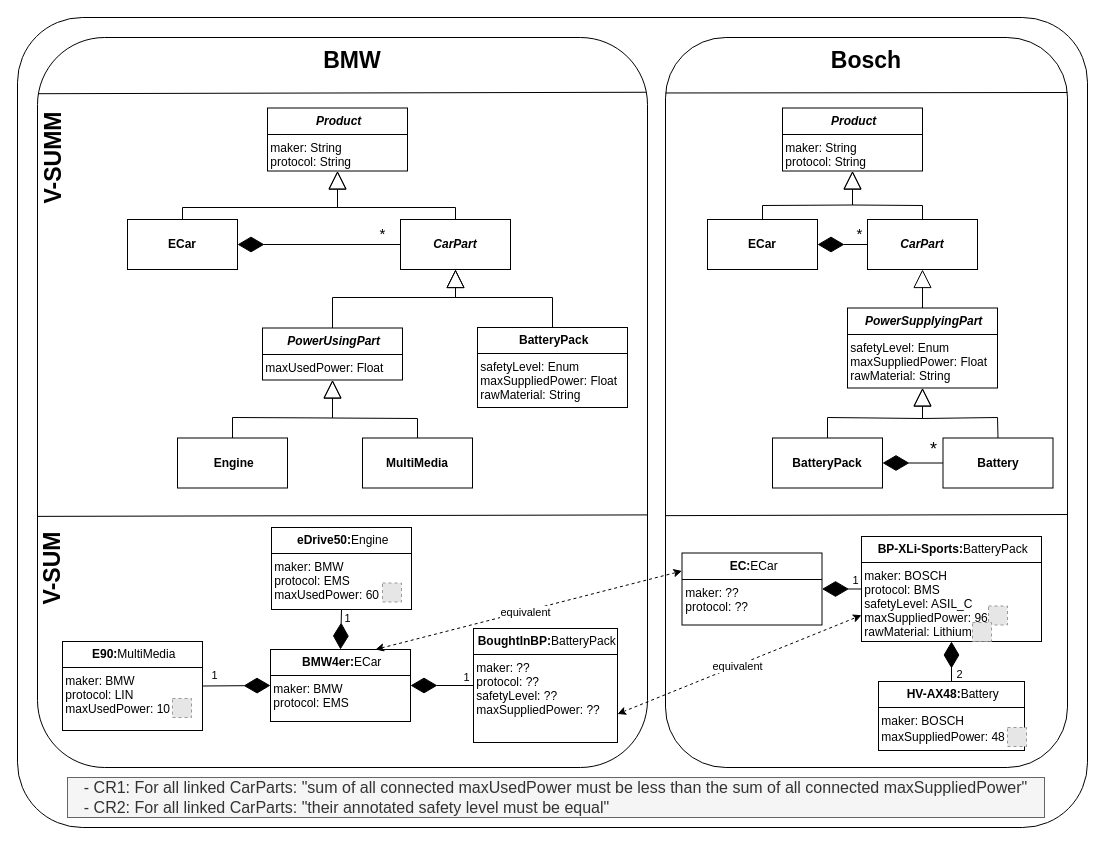
This is B01-MVE-Poster.drawio from Mohammad-Si/convide-B01-MVE, a draw.io file, before an edit. Source tidied: cells renumbered, new cells numbered last; positions are measured from the earlier drawing's top-left corner, leaving out a move shared by most shapes. Both pictures are drawn from the tidied source at 100%, with x=0, y=0 at pixel (17, 17). Pictures stored in the file or linked from it are replaced by grey dashed boxes.
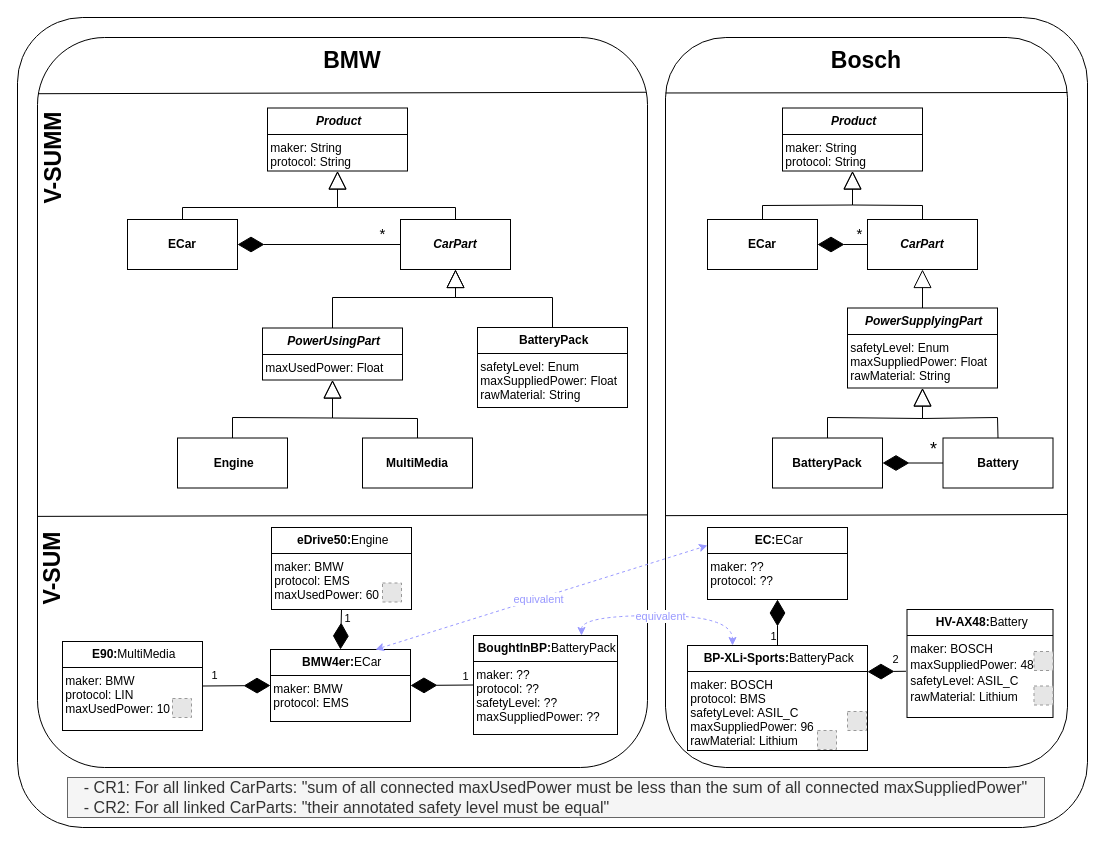
The same diagram, later.

The change refers to these unchanged cells:
```xml
<mxCell id="7" value="&lt;p style=&quot;margin:0px;margin-top:4px;text-align:center;&quot;&gt;&lt;/p&gt;&lt;div style=&quot;height:2px;&quot;&gt;&lt;/div&gt;&lt;div style=&quot;text-align: center;&quot;&gt;&lt;span style=&quot;font-weight: 700; background-color: initial;&quot;&gt;&amp;nbsp;BMW4er&lt;/span&gt;&lt;span style=&quot;background-color: initial;&quot;&gt;&lt;b&gt;:&lt;/b&gt;ECar&lt;/span&gt;&lt;/div&gt;&lt;hr size=&quot;1&quot; style=&quot;border-style:solid;&quot;&gt;&lt;div style=&quot;height:2px;&quot;&gt;&lt;div style=&quot;height: 2px;&quot;&gt;&amp;nbsp;&lt;span style=&quot;background-color: initial;&quot;&gt;maker: BMW&lt;/span&gt;&lt;/div&gt;&lt;div style=&quot;height: 2px;&quot;&gt;&lt;div style=&quot;height: 2px;&quot;&gt;&lt;br&gt;&lt;/div&gt;&lt;div style=&quot;height: 2px;&quot;&gt;&lt;br&gt;&lt;/div&gt;&lt;div style=&quot;height: 2px;&quot;&gt;&lt;br&gt;&lt;/div&gt;&lt;div style=&quot;height: 2px;&quot;&gt;&lt;br&gt;&lt;/div&gt;&lt;div style=&quot;height: 2px;&quot;&gt;&lt;br&gt;&lt;/div&gt;&lt;div style=&quot;height: 2px;&quot;&gt;&lt;br&gt;&lt;/div&gt;&lt;div style=&quot;height: 2px;&quot;&gt;&amp;nbsp;protocol: EMS&lt;/div&gt;&lt;/div&gt;&lt;div style=&quot;height: 2px;&quot;&gt;&lt;br&gt;&lt;/div&gt;&lt;div style=&quot;height: 2px;&quot;&gt;&lt;br&gt;&lt;/div&gt;&lt;div style=&quot;height: 2px;&quot;&gt;&lt;br&gt;&lt;/div&gt;&lt;div style=&quot;height: 2px;&quot;&gt;&lt;br&gt;&lt;/div&gt;&lt;div style=&quot;height: 2px;&quot;&gt;&lt;br&gt;&lt;/div&gt;&lt;div style=&quot;height: 2px;&quot;&gt;&lt;br&gt;&lt;/div&gt;&lt;div style=&quot;height: 2px;&quot;&gt;&lt;br&gt;&lt;/div&gt;&lt;div style=&quot;height: 2px;&quot;&gt;&lt;br&gt;&lt;/div&gt;&lt;div style=&quot;height: 2px;&quot;&gt;&lt;br&gt;&lt;/div&gt;&lt;div style=&quot;height: 2px;&quot;&gt;&lt;br&gt;&lt;/div&gt;&lt;div style=&quot;height: 2px;&quot;&gt;&lt;br&gt;&lt;/div&gt;&lt;/div&gt;" style="verticalAlign=top;align=left;overflow=fill;html=1;whiteSpace=wrap;" parent="1" vertex="1">
  <mxGeometry x="253" y="632" width="140" height="72" as="geometry" />
</mxCell>
```

Diff of the diagram source:
```diff
@@
     <mxCell id="10" value="&lt;p style=&quot;margin:0px;margin-top:4px;text-align:center;&quot;&gt;&lt;/p&gt;&lt;div style=&quot;height:2px;&quot;&gt;&lt;/div&gt;&lt;div style=&quot;text-align: center;&quot;&gt;&lt;span style=&quot;font-weight: 700; background-color: initial;&quot;&gt;&amp;nbsp;BoughtInBP&lt;/span&gt;&lt;span style=&quot;background-color: initial;&quot;&gt;&lt;b&gt;:&lt;/b&gt;BatteryPack&lt;/span&gt;&lt;/div&gt;&lt;hr size=&quot;1&quot; style=&quot;border-style:solid;&quot;&gt;&lt;div style=&quot;height:2px;&quot;&gt;&lt;div style=&quot;height: 2px;&quot;&gt;&amp;nbsp;&lt;span style=&quot;background-color: initial;&quot;&gt;maker: ??&lt;/span&gt;&lt;/div&gt;&lt;div style=&quot;height: 2px;&quot;&gt;&lt;div style=&quot;height: 2px;&quot;&gt;&lt;br&gt;&lt;/div&gt;&lt;div style=&quot;height: 2px;&quot;&gt;&lt;br&gt;&lt;/div&gt;&lt;div style=&quot;height: 2px;&quot;&gt;&lt;br&gt;&lt;/div&gt;&lt;div style=&quot;height: 2px;&quot;&gt;&lt;br&gt;&lt;/div&gt;&lt;div style=&quot;height: 2px;&quot;&gt;&lt;br&gt;&lt;/div&gt;&lt;div style=&quot;height: 2px;&quot;&gt;&lt;br&gt;&lt;/div&gt;&lt;div style=&quot;height: 2px;&quot;&gt;&amp;nbsp;protocol: ??&lt;/div&gt;&lt;/div&gt;&lt;div style=&quot;height: 2px;&quot;&gt;&lt;br&gt;&lt;/div&gt;&lt;div style=&quot;height: 2px;&quot;&gt;&lt;br&gt;&lt;/div&gt;&lt;div style=&quot;height: 2px;&quot;&gt;&lt;br&gt;&lt;/div&gt;&lt;div style=&quot;height: 2px;&quot;&gt;&lt;br&gt;&lt;/div&gt;&lt;div style=&quot;height: 2px;&quot;&gt;&lt;br&gt;&lt;/div&gt;&lt;div style=&quot;height: 2px;&quot;&gt;&lt;br&gt;&lt;/div&gt;&lt;div style=&quot;height: 2px;&quot;&gt;&lt;br&gt;&lt;/div&gt;&lt;div style=&quot;height: 2px;&quot;&gt;&lt;br&gt;&lt;/div&gt;&lt;div style=&quot;height: 2px;&quot;&gt;&lt;br&gt;&lt;/div&gt;&lt;div style=&quot;height: 2px;&quot;&gt;&lt;br&gt;&lt;/div&gt;&lt;div style=&quot;height: 2px;&quot;&gt;&lt;br&gt;&lt;/div&gt;&lt;div style=&quot;height: 2px;&quot;&gt;&lt;br&gt;&lt;/div&gt;&lt;div style=&quot;height: 2px;&quot;&gt;&amp;nbsp;&lt;span style=&quot;background-color: initial;&quot;&gt;safetyLevel: ??&lt;/span&gt;&lt;br&gt;&lt;/div&gt;&lt;div style=&quot;height: 2px;&quot;&gt;&lt;br&gt;&lt;/div&gt;&lt;div style=&quot;height: 2px;&quot;&gt;&lt;br&gt;&lt;/div&gt;&lt;div style=&quot;height: 2px;&quot;&gt;&lt;br&gt;&lt;/div&gt;&lt;div style=&quot;height: 2px;&quot;&gt;&lt;br&gt;&lt;/div&gt;&lt;div style=&quot;height: 2px;&quot;&gt;&lt;br&gt;&lt;/div&gt;&lt;div style=&quot;height: 2px;&quot;&gt;&lt;br&gt;&lt;/div&gt;&lt;div style=&quot;height: 2px;&quot;&gt;&amp;nbsp;maxSuppliedPower: ??&lt;/div&gt;&lt;/div&gt;" style="verticalAlign=top;align=left;overflow=fill;html=1;whiteSpace=wrap;" parent="1" vertex="1">
-      <mxGeometry x="456" y="611" width="144" height="114" as="geometry" />
+      <mxGeometry x="456" y="618" width="144" height="99" as="geometry" />
     </mxCell>
@@
-    <mxCell id="24" value="&lt;p style=&quot;margin:0px;margin-top:4px;text-align:center;&quot;&gt;&lt;/p&gt;&lt;div style=&quot;height:2px;&quot;&gt;&lt;/div&gt;&lt;div style=&quot;text-align: center;&quot;&gt;&lt;span style=&quot;font-weight: 700; background-color: initial;&quot;&gt;&amp;nbsp;HV-AX48&lt;/span&gt;&lt;span style=&quot;background-color: initial;&quot;&gt;&lt;b&gt;:&lt;/b&gt;Battery&lt;/span&gt;&lt;/div&gt;&lt;hr size=&quot;1&quot; style=&quot;border-style:solid;&quot;&gt;&lt;div style=&quot;height:2px;&quot;&gt;&lt;div style=&quot;height: 2px;&quot;&gt;&amp;nbsp;&lt;span style=&quot;background-color: initial;&quot;&gt;maker: BOSCH&lt;/span&gt;&lt;/div&gt;&lt;div style=&quot;height: 2px;&quot;&gt;&lt;br&gt;&lt;/div&gt;&lt;div style=&quot;height: 2px;&quot;&gt;&lt;br&gt;&lt;/div&gt;&lt;div style=&quot;height: 2px;&quot;&gt;&lt;br&gt;&lt;/div&gt;&lt;div style=&quot;height: 2px;&quot;&gt;&lt;br&gt;&lt;/div&gt;&lt;div style=&quot;height: 2px;&quot;&gt;&lt;br&gt;&lt;/div&gt;&lt;div style=&quot;height: 2px;&quot;&gt;&lt;div style=&quot;height: 2px;&quot;&gt;&lt;br&gt;&lt;/div&gt;&lt;div style=&quot;height: 2px;&quot;&gt;&lt;br&gt;&lt;/div&gt;&lt;div style=&quot;height: 2px;&quot;&gt;&amp;nbsp;maxSuppliedPower: 48&lt;/div&gt;&lt;/div&gt;&lt;/div&gt;" style="verticalAlign=top;align=left;overflow=fill;html=1;whiteSpace=wrap;" parent="1" vertex="1">
-      <mxGeometry x="861" y="664" width="146" height="69" as="geometry" />
+    <mxCell id="24" value="&lt;p style=&quot;margin:0px;margin-top:4px;text-align:center;&quot;&gt;&lt;/p&gt;&lt;div style=&quot;height:2px;&quot;&gt;&lt;/div&gt;&lt;div style=&quot;text-align: center;&quot;&gt;&lt;span style=&quot;font-weight: 700; background-color: initial;&quot;&gt;&amp;nbsp;HV-AX48&lt;/span&gt;&lt;span style=&quot;background-color: initial;&quot;&gt;&lt;b&gt;:&lt;/b&gt;Battery&lt;/span&gt;&lt;/div&gt;&lt;hr size=&quot;1&quot; style=&quot;border-style:solid;&quot;&gt;&lt;div style=&quot;height:2px;&quot;&gt;&lt;div style=&quot;height: 2px;&quot;&gt;&amp;nbsp;&lt;span style=&quot;background-color: initial;&quot;&gt;maker: BOSCH&lt;/span&gt;&lt;/div&gt;&lt;div style=&quot;height: 2px;&quot;&gt;&lt;br&gt;&lt;/div&gt;&lt;div style=&quot;height: 2px;&quot;&gt;&lt;br&gt;&lt;/div&gt;&lt;div style=&quot;height: 2px;&quot;&gt;&lt;br&gt;&lt;/div&gt;&lt;div style=&quot;height: 2px;&quot;&gt;&lt;br&gt;&lt;/div&gt;&lt;div style=&quot;height: 2px;&quot;&gt;&lt;br&gt;&lt;/div&gt;&lt;div style=&quot;height: 2px;&quot;&gt;&lt;div style=&quot;height: 2px;&quot;&gt;&lt;br&gt;&lt;/div&gt;&lt;div style=&quot;height: 2px;&quot;&gt;&lt;br&gt;&lt;/div&gt;&lt;div style=&quot;height: 2px;&quot;&gt;&amp;nbsp;maxSuppliedPower: 48&lt;/div&gt;&lt;div style=&quot;height: 2px;&quot;&gt;&lt;br&gt;&lt;/div&gt;&lt;div style=&quot;height: 2px;&quot;&gt;&lt;br&gt;&lt;/div&gt;&lt;div style=&quot;height: 2px;&quot;&gt;&lt;br&gt;&lt;/div&gt;&lt;div style=&quot;height: 2px;&quot;&gt;&lt;br&gt;&lt;/div&gt;&lt;div style=&quot;height: 2px;&quot;&gt;&lt;br&gt;&lt;/div&gt;&lt;div style=&quot;height: 2px;&quot;&gt;&lt;br&gt;&lt;/div&gt;&lt;div style=&quot;height: 2px;&quot;&gt;&lt;br&gt;&lt;/div&gt;&lt;div style=&quot;height: 2px;&quot;&gt;&lt;div style=&quot;height: 2px;&quot;&gt;&amp;nbsp;safetyLevel: ASIL_C&lt;/div&gt;&lt;div style=&quot;height: 2px;&quot;&gt;&lt;br&gt;&lt;/div&gt;&lt;div style=&quot;height: 2px;&quot;&gt;&lt;br&gt;&lt;/div&gt;&lt;div style=&quot;height: 2px;&quot;&gt;&lt;br&gt;&lt;/div&gt;&lt;div style=&quot;height: 2px;&quot;&gt;&lt;br&gt;&lt;/div&gt;&lt;div style=&quot;height: 2px;&quot;&gt;&lt;br&gt;&lt;/div&gt;&lt;div style=&quot;height: 2px;&quot;&gt;&lt;br&gt;&lt;/div&gt;&lt;div style=&quot;height: 2px;&quot;&gt;&lt;br&gt;&lt;/div&gt;&lt;div style=&quot;height: 2px;&quot;&gt;&amp;nbsp;rawMaterial: Lithium&lt;/div&gt;&lt;/div&gt;&lt;/div&gt;&lt;/div&gt;" style="verticalAlign=top;align=left;overflow=fill;html=1;whiteSpace=wrap;" parent="1" vertex="1">
+      <mxGeometry x="889.5" y="592" width="146" height="108" as="geometry" />
     </mxCell>
     <mxCell id="25" value="&lt;p style=&quot;margin:0px;margin-top:4px;text-align:center;&quot;&gt;&lt;/p&gt;&lt;div style=&quot;height:2px;&quot;&gt;&lt;/div&gt;&lt;div style=&quot;text-align: center;&quot;&gt;&lt;span style=&quot;font-weight: 700; background-color: initial;&quot;&gt;&amp;nbsp;BP-XLi-Sports&lt;/span&gt;&lt;span style=&quot;background-color: initial;&quot;&gt;&lt;b&gt;:&lt;/b&gt;BatteryPack&lt;/span&gt;&lt;/div&gt;&lt;hr size=&quot;1&quot; style=&quot;border-style:solid;&quot;&gt;&lt;div style=&quot;height:2px;&quot;&gt;&lt;div style=&quot;height: 2px;&quot;&gt;&amp;nbsp;&lt;span style=&quot;background-color: initial;&quot;&gt;maker: BOSCH&lt;/span&gt;&lt;/div&gt;&lt;div style=&quot;height: 2px;&quot;&gt;&lt;div style=&quot;height: 2px;&quot;&gt;&lt;br&gt;&lt;/div&gt;&lt;div style=&quot;height: 2px;&quot;&gt;&lt;br&gt;&lt;/div&gt;&lt;div style=&quot;height: 2px;&quot;&gt;&lt;br&gt;&lt;/div&gt;&lt;div style=&quot;height: 2px;&quot;&gt;&lt;br&gt;&lt;/div&gt;&lt;div style=&quot;height: 2px;&quot;&gt;&lt;br&gt;&lt;/div&gt;&lt;div style=&quot;height: 2px;&quot;&gt;&lt;br&gt;&lt;/div&gt;&lt;div style=&quot;height: 2px;&quot;&gt;&amp;nbsp;protocol: BMS&lt;/div&gt;&lt;/div&gt;&lt;div style=&quot;height: 2px;&quot;&gt;&lt;br&gt;&lt;/div&gt;&lt;div style=&quot;height: 2px;&quot;&gt;&lt;br&gt;&lt;/div&gt;&lt;div style=&quot;height: 2px;&quot;&gt;&lt;br&gt;&lt;/div&gt;&lt;div style=&quot;height: 2px;&quot;&gt;&lt;br&gt;&lt;/div&gt;&lt;div style=&quot;height: 2px;&quot;&gt;&lt;br&gt;&lt;/div&gt;&lt;div style=&quot;height: 2px;&quot;&gt;&lt;br&gt;&lt;/div&gt;&lt;div style=&quot;height: 2px;&quot;&gt;&lt;br&gt;&lt;/div&gt;&lt;div style=&quot;height: 2px;&quot;&gt;&lt;br&gt;&lt;/div&gt;&lt;div style=&quot;height: 2px;&quot;&gt;&lt;br&gt;&lt;/div&gt;&lt;div style=&quot;height: 2px;&quot;&gt;&lt;br&gt;&lt;/div&gt;&lt;div style=&quot;height: 2px;&quot;&gt;&lt;br&gt;&lt;/div&gt;&lt;div style=&quot;height: 2px;&quot;&gt;&lt;br&gt;&lt;/div&gt;&lt;div style=&quot;height: 2px;&quot;&gt;&amp;nbsp;&lt;span style=&quot;background-color: initial;&quot;&gt;safetyLevel: ASIL_C&lt;/span&gt;&lt;br&gt;&lt;/div&gt;&lt;div style=&quot;height: 2px;&quot;&gt;&lt;br&gt;&lt;/div&gt;&lt;div style=&quot;height: 2px;&quot;&gt;&lt;br&gt;&lt;/div&gt;&lt;div style=&quot;height: 2px;&quot;&gt;&lt;br&gt;&lt;/div&gt;&lt;div style=&quot;height: 2px;&quot;&gt;&lt;br&gt;&lt;/div&gt;&lt;div style=&quot;height: 2px;&quot;&gt;&lt;br&gt;&lt;/div&gt;&lt;div style=&quot;height: 2px;&quot;&gt;&lt;br&gt;&lt;/div&gt;&lt;div style=&quot;height: 2px;&quot;&gt;&amp;nbsp;maxSuppliedPower: 96&lt;/div&gt;&lt;div style=&quot;height: 2px;&quot;&gt;&lt;br&gt;&lt;/div&gt;&lt;div style=&quot;height: 2px;&quot;&gt;&lt;br&gt;&lt;/div&gt;&lt;div style=&quot;height: 2px;&quot;&gt;&lt;br&gt;&lt;/div&gt;&lt;div style=&quot;height: 2px;&quot;&gt;&lt;br&gt;&lt;/div&gt;&lt;div style=&quot;height: 2px;&quot;&gt;&lt;br&gt;&lt;/div&gt;&lt;div style=&quot;height: 2px;&quot;&gt;&lt;br&gt;&lt;/div&gt;&lt;div style=&quot;height: 2px;&quot;&gt;&amp;nbsp;rawMaterial: Lithium&lt;/div&gt;&lt;/div&gt;" style="verticalAlign=top;align=left;overflow=fill;html=1;whiteSpace=wrap;" parent="1" vertex="1">
-      <mxGeometry x="844" y="519" width="180" height="105" as="geometry" />
+      <mxGeometry x="670" y="628" width="180" height="105" as="geometry" />
     </mxCell>
-    <mxCell id="26" style="endArrow=diamondThin;endFill=1;endSize=24;html=1;rounded=0;entryX=1;entryY=0.5;entryDx=0;entryDy=0;exitX=0;exitY=0.5;exitDx=0;exitDy=0;" parent="1" edge="1" source="25" target="34">
+    <mxCell id="26" style="endArrow=diamondThin;endFill=1;endSize=24;html=1;rounded=0;entryX=0.5;entryY=1;entryDx=0;entryDy=0;exitX=0.5;exitY=0;exitDx=0;exitDy=0;" parent="1" edge="1" source="25" target="34">
       <mxGeometry relative="1" as="geometry" />
     </mxCell>
     <mxCell id="27" value="1" style="edgeLabel;html=1;align=center;verticalAlign=middle;" parent="26" vertex="1">
       <mxGeometry x="-0.85" y="-1" relative="1" as="geometry">
-        <mxPoint x="-4" y="-8" as="offset" />
+        <mxPoint x="-6" y="-7" as="offset" />
       </mxGeometry>
     </mxCell>
-    <mxCell id="28" style="endArrow=diamondThin;endFill=1;endSize=24;html=1;rounded=0;entryX=0.5;entryY=1;entryDx=0;entryDy=0;exitX=0.5;exitY=0;exitDx=0;exitDy=0;" parent="1" edge="1" source="24" target="25">
-      <mxGeometry relative="1" as="geometry">
-        <Array as="points">
-          <mxPoint x="934" y="645" />
-        </Array>
-      </mxGeometry>
+    <mxCell id="28" style="endArrow=diamondThin;endFill=1;endSize=24;html=1;rounded=0;entryX=1;entryY=0.25;entryDx=0;entryDy=0;exitX=-0.007;exitY=0.572;exitDx=0;exitDy=0;exitPerimeter=0;" parent="1" edge="1" source="24" target="25">
+      <mxGeometry relative="1" as="geometry" />
     </mxCell>
     <mxCell id="29" value="2" style="edgeLabel;html=1;align=center;verticalAlign=middle;" parent="28" vertex="1">
       <mxGeometry x="-0.7" y="1" relative="1" as="geometry">
-        <mxPoint x="8" y="-2" as="offset" />
+        <mxPoint x="-5" y="-13" as="offset" />
       </mxGeometry>
     </mxCell>
@@
     <mxCell id="34" value="&lt;p style=&quot;margin:0px;margin-top:4px;text-align:center;&quot;&gt;&lt;/p&gt;&lt;div style=&quot;height:2px;&quot;&gt;&lt;/div&gt;&lt;div style=&quot;text-align: center;&quot;&gt;&lt;span style=&quot;font-weight: 700; background-color: initial;&quot;&gt;&lt;i&gt;&amp;nbsp;&lt;/i&gt;EC&lt;/span&gt;&lt;span style=&quot;background-color: initial;&quot;&gt;&lt;b&gt;:&lt;/b&gt;ECar&lt;/span&gt;&lt;/div&gt;&lt;hr size=&quot;1&quot; style=&quot;border-style:solid;&quot;&gt;&lt;div style=&quot;height:2px;&quot;&gt;&lt;div style=&quot;height: 2px;&quot;&gt;&amp;nbsp;&lt;span style=&quot;background-color: initial;&quot;&gt;maker: ??&lt;/span&gt;&lt;/div&gt;&lt;div style=&quot;height: 2px;&quot;&gt;&lt;div style=&quot;height: 2px;&quot;&gt;&lt;br&gt;&lt;/div&gt;&lt;div style=&quot;height: 2px;&quot;&gt;&lt;br&gt;&lt;/div&gt;&lt;div style=&quot;height: 2px;&quot;&gt;&lt;br&gt;&lt;/div&gt;&lt;div style=&quot;height: 2px;&quot;&gt;&lt;br&gt;&lt;/div&gt;&lt;div style=&quot;height: 2px;&quot;&gt;&lt;br&gt;&lt;/div&gt;&lt;div style=&quot;height: 2px;&quot;&gt;&lt;br&gt;&lt;/div&gt;&lt;div style=&quot;height: 2px;&quot;&gt;&amp;nbsp;protocol: ??&lt;/div&gt;&lt;/div&gt;&lt;div style=&quot;height: 2px;&quot;&gt;&lt;br&gt;&lt;/div&gt;&lt;div style=&quot;height: 2px;&quot;&gt;&lt;br&gt;&lt;/div&gt;&lt;div style=&quot;height: 2px;&quot;&gt;&lt;br&gt;&lt;/div&gt;&lt;div style=&quot;height: 2px;&quot;&gt;&lt;br&gt;&lt;/div&gt;&lt;div style=&quot;height: 2px;&quot;&gt;&lt;br&gt;&lt;/div&gt;&lt;div style=&quot;height: 2px;&quot;&gt;&lt;br&gt;&lt;/div&gt;&lt;div style=&quot;height: 2px;&quot;&gt;&lt;br&gt;&lt;/div&gt;&lt;div style=&quot;height: 2px;&quot;&gt;&lt;br&gt;&lt;/div&gt;&lt;div style=&quot;height: 2px;&quot;&gt;&lt;br&gt;&lt;/div&gt;&lt;div style=&quot;height: 2px;&quot;&gt;&lt;br&gt;&lt;/div&gt;&lt;/div&gt;" style="verticalAlign=top;align=left;overflow=fill;html=1;whiteSpace=wrap;" parent="1" vertex="1">
-      <mxGeometry x="664.5" y="535.5" width="140" height="72" as="geometry" />
+      <mxGeometry x="690" y="510" width="140" height="72" as="geometry" />
     </mxCell>
@@
     <mxCell id="44" style="fillColor=#E6E6E6;strokeColor=#999999;dashed=1;" parent="1" vertex="1">
-      <mxGeometry x="990" y="710" width="19" height="19" as="geometry" />
+      <mxGeometry x="1016.5" y="634" width="19" height="19" as="geometry" />
     </mxCell>
@@
     <mxCell id="58" style="fillColor=#E6E6E6;strokeColor=#999999;dashed=1;" parent="1" vertex="1">
-      <mxGeometry x="971" y="588.5" width="19" height="19" as="geometry" />
+      <mxGeometry x="830" y="694" width="19" height="19" as="geometry" />
     </mxCell>
     <mxCell id="59" style="fillColor=#E6E6E6;strokeColor=#999999;dashed=1;" parent="1" vertex="1">
-      <mxGeometry x="955" y="605" width="19" height="19" as="geometry" />
+      <mxGeometry x="800" y="713" width="19" height="19" as="geometry" />
     </mxCell>
@@
-    <mxCell id="63" style="rounded=0;jettySize=auto;html=1;entryX=0;entryY=0.75;entryDx=0;entryDy=0;exitX=1;exitY=0.75;exitDx=0;exitDy=0;startArrow=classic;startFill=1;dashed=1;" parent="1" edge="1" source="10" target="25">
+    <mxCell id="63" style="rounded=0;jettySize=auto;html=1;entryX=0.25;entryY=0;entryDx=0;entryDy=0;exitX=0.75;exitY=0;exitDx=0;exitDy=0;startArrow=classic;startFill=1;dashed=1;edgeStyle=orthogonalEdgeStyle;curved=1;strokeColor=#9999FF;" parent="1" edge="1" source="10" target="25">
       <mxGeometry relative="1" as="geometry" />
     </mxCell>
-    <mxCell id="64" value="equivalent" style="edgeLabel;html=1;align=center;verticalAlign=middle;" parent="63" vertex="1">
+    <mxCell id="64" value="equivalent" style="edgeLabel;html=1;align=center;verticalAlign=middle;fontColor=#9999FF;" parent="63" vertex="1">
       <mxGeometry x="-0.03" relative="1" as="geometry">
         <mxPoint x="1" as="offset" />
       </mxGeometry>
     </mxCell>
@@
-    <mxCell id="66" style="rounded=0;jettySize=auto;html=1;entryX=0;entryY=0.25;entryDx=0;entryDy=0;exitX=0.75;exitY=0;exitDx=0;exitDy=0;startArrow=classic;startFill=1;dashed=1;" parent="1" edge="1" source="7" target="34">
+    <mxCell id="66" style="rounded=0;jettySize=auto;html=1;entryX=0;entryY=0.25;entryDx=0;entryDy=0;exitX=0.75;exitY=0;exitDx=0;exitDy=0;startArrow=classic;startFill=1;dashed=1;strokeColor=#9999FF;" parent="1" edge="1" source="7" target="34">
       <mxGeometry relative="1" as="geometry" />
     </mxCell>
-    <mxCell id="67" value="equivalent" style="edgeLabel;html=1;align=center;verticalAlign=middle;" parent="66" vertex="1">
+    <mxCell id="67" value="equivalent" style="edgeLabel;html=1;align=center;verticalAlign=middle;fontColor=#9999FF;" parent="66" vertex="1">
       <mxGeometry x="-0.03" relative="1" as="geometry">
         <mxPoint x="1" as="offset" />
       </mxGeometry>
     </mxCell>
@@
+    <mxCell id="70" style="fillColor=#E6E6E6;strokeColor=#999999;dashed=1;" parent="1" vertex="1">
+      <mxGeometry x="1016.5" y="668.5" width="19" height="19" as="geometry" />
+    </mxCell>
```
